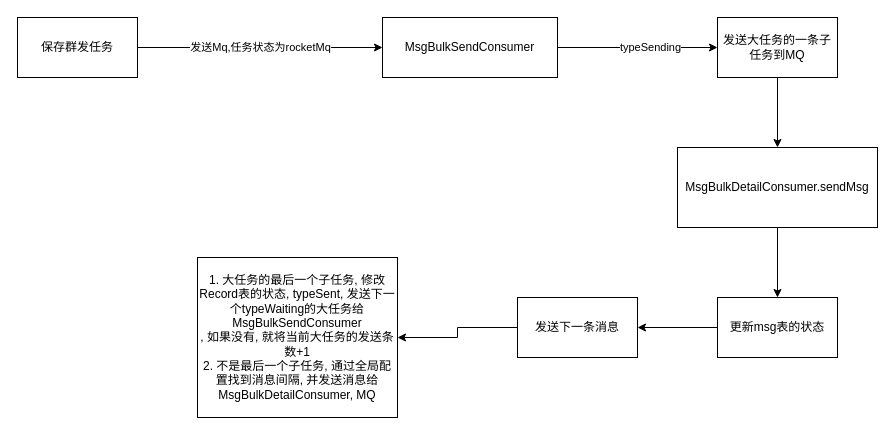
This is 群发多任务.drawio from 1819011603/-, a draw.io file, before an edit. Source tidied: cells renumbered, new cells numbered last; positions are measured from the earlier drawing's top-left corner, leaving out a move shared by most shapes. Both pictures are drawn from the tidied source at 100%, with x=0, y=0 at pixel (17, 17).
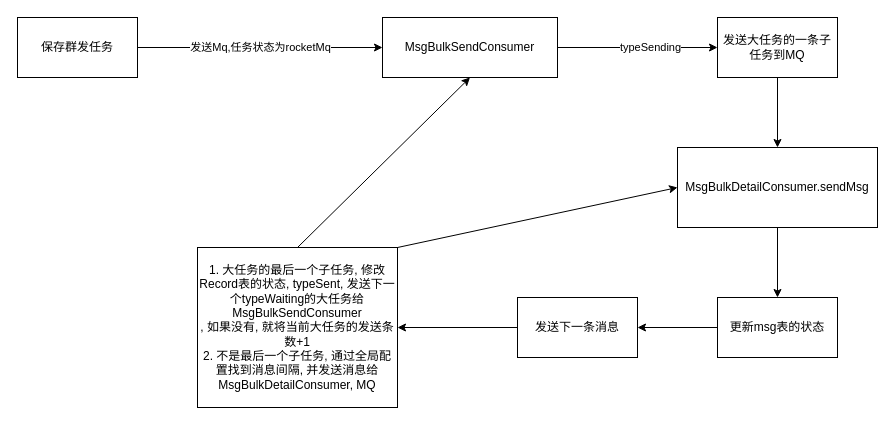
The same diagram, later.

Commit message:
更新群发多任务.drawio

Change to the diagram source:
```diff
@@
 <mxGraphModel>
   <root>
     <mxCell id="0" />
     <mxCell id="1" parent="0" />
     <mxCell id="2" value="发送Mq,任务状态为rocketMq" style="edgeStyle=orthogonalEdgeStyle;rounded=0;jettySize=auto;html=1;" parent="1" edge="1" source="3" target="6">
       <mxGeometry relative="1" as="geometry" />
     </mxCell>
     <mxCell id="3" value="保存群发任务" style="rounded=0;whiteSpace=wrap;html=1;" parent="1" vertex="1">
       <mxGeometry width="120" height="60" as="geometry" />
     </mxCell>
     <mxCell id="4" style="edgeStyle=orthogonalEdgeStyle;rounded=0;jettySize=auto;html=1;" parent="1" edge="1" source="6" target="8">
       <mxGeometry relative="1" as="geometry" />
     </mxCell>
     <mxCell id="5" value="typeSending" style="edgeLabel;html=1;align=center;verticalAlign=middle;" parent="4" vertex="1">
       <mxGeometry x="0.15" y="1" relative="1" as="geometry" />
     </mxCell>
     <mxCell id="6" value="MsgBulkSendConsumer" style="whiteSpace=wrap;html=1;rounded=0;" parent="1" vertex="1">
       <mxGeometry x="365" width="175" height="60" as="geometry" />
     </mxCell>
     <mxCell id="7" style="edgeStyle=orthogonalEdgeStyle;rounded=0;jettySize=auto;html=1;" parent="1" edge="1" source="8" target="10">
       <mxGeometry relative="1" as="geometry" />
     </mxCell>
     <mxCell id="8" value="发送大任务的一条子任务到MQ" style="whiteSpace=wrap;html=1;rounded=0;" parent="1" vertex="1">
       <mxGeometry x="700" width="120" height="60" as="geometry" />
     </mxCell>
     <mxCell id="9" style="edgeStyle=orthogonalEdgeStyle;rounded=0;jettySize=auto;html=1;" parent="1" edge="1" source="10" target="12">
       <mxGeometry relative="1" as="geometry" />
     </mxCell>
     <mxCell id="10" value="MsgBulkDetailConsumer.sendMsg" style="whiteSpace=wrap;html=1;rounded=0;" parent="1" vertex="1">
       <mxGeometry x="660" y="130" width="200" height="80" as="geometry" />
     </mxCell>
     <mxCell id="11" style="edgeStyle=orthogonalEdgeStyle;rounded=0;jettySize=auto;html=1;" parent="1" edge="1" source="12" target="14">
       <mxGeometry relative="1" as="geometry" />
     </mxCell>
     <mxCell id="12" value="更新msg表的状态" style="whiteSpace=wrap;html=1;rounded=0;" parent="1" vertex="1">
       <mxGeometry x="700" y="280" width="120" height="60" as="geometry" />
     </mxCell>
     <mxCell id="13" style="edgeStyle=orthogonalEdgeStyle;rounded=0;jettySize=auto;html=1;" parent="1" edge="1" source="14" target="15">
       <mxGeometry relative="1" as="geometry" />
     </mxCell>
     <mxCell id="14" value="发送下一条消息" style="whiteSpace=wrap;html=1;rounded=0;" parent="1" vertex="1">
       <mxGeometry x="500" y="280" width="120" height="60" as="geometry" />
     </mxCell>
     <mxCell id="15" value="1. 大任务的最后一个子任务, 修改Record表的状态,&amp;nbsp;typeSent, 发送下一个typeWaiting的大任务给MsgBulkSendConsumer&lt;br&gt;, 如果没有, 就将当前大任务的发送条数+1&lt;br&gt;2. 不是最后一个子任务, 通过全局配置找到消息间隔, 并发送消息给MsgBulkDetailConsumer,&amp;nbsp;&lt;span style=&quot;background-color: initial;&quot;&gt;MQ&lt;/span&gt;" style="whiteSpace=wrap;html=1;rounded=0;" parent="1" vertex="1">
-      <mxGeometry x="180" y="240" width="200" height="160" as="geometry" />
+      <mxGeometry x="180" y="230" width="200" height="160" as="geometry" />
     </mxCell>
+    <mxCell id="16" style="endArrow=classic;html=1;rounded=0;exitX=0.5;exitY=0;exitDx=0;exitDy=0;entryX=0.5;entryY=1;entryDx=0;entryDy=0;" parent="1" edge="1" source="15" target="6">
+      <mxGeometry relative="1" as="geometry" />
+    </mxCell>
+    <mxCell id="17" style="endArrow=classic;html=1;rounded=0;exitX=1;exitY=0;exitDx=0;exitDy=0;entryX=0;entryY=0.5;entryDx=0;entryDy=0;" parent="1" edge="1" source="15" target="10">
+      <mxGeometry relative="1" as="geometry" />
+    </mxCell>
   </root>
 </mxGraphModel>
```
